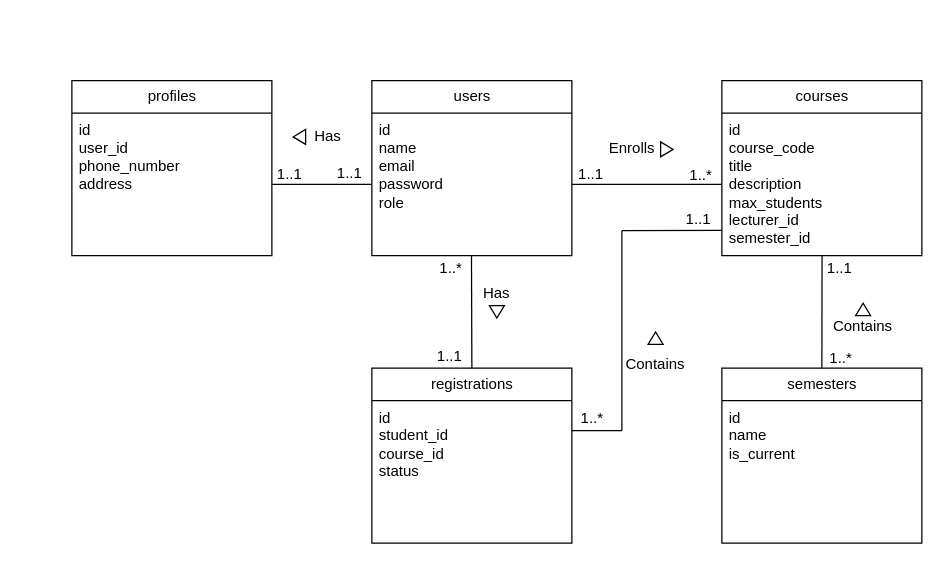
umar-05/SMS-Project keeps this draw.io diagram as page "ERD" (2 of 2) of SDT USE CASE.drawio. Above is the earlier version. Source tidied: cells renumbered, new cells numbered last; positions are measured from the earlier drawing's top-left corner, leaving out a move shared by most shapes. Both pictures are drawn from the tidied source at 125%, with x=0, y=0 at pixel (71, 80).
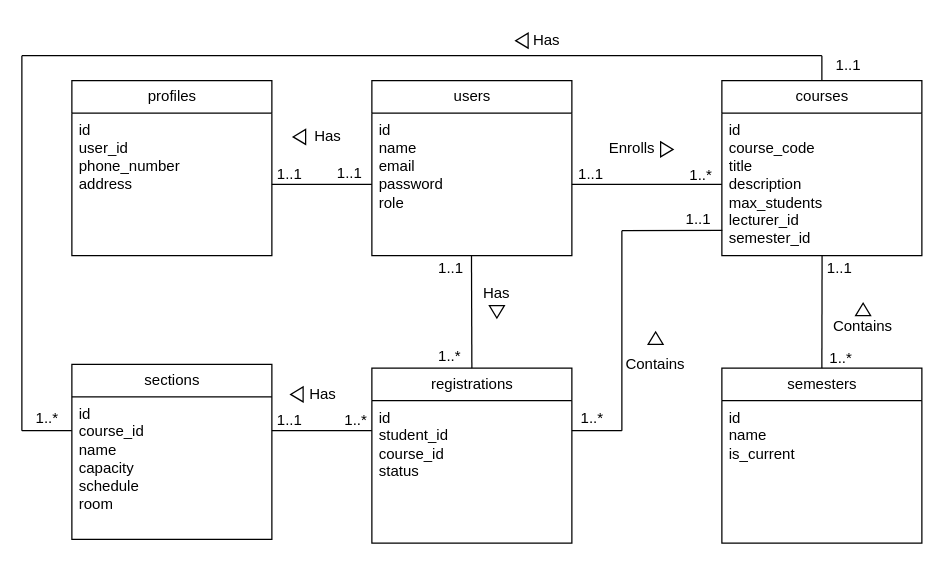
The same diagram, later.

The change refers to these unchanged cells:
```xml
<mxCell id="4" value="courses" style="swimlane;fontStyle=0;horizontal=1;startSize=26;fillColor=none;html=1;" parent="1" vertex="1">
  <mxGeometry x="520" width="160" height="140" as="geometry" />
</mxCell>
```

What changed in the source:
```diff
@@
-    <mxCell id="21" value="1..*" style="text;html=1;whiteSpace=wrap;strokeColor=none;fillColor=none;align=center;verticalAlign=middle;rounded=0;" parent="1" vertex="1">
+    <mxCell id="21" value="1..1" style="text;html=1;whiteSpace=wrap;strokeColor=none;fillColor=none;align=center;verticalAlign=middle;rounded=0;" parent="1" vertex="1">
       <mxGeometry x="291" y="145" width="25" height="10" as="geometry" />
     </mxCell>
-    <mxCell id="22" value="1..1" style="text;html=1;whiteSpace=wrap;strokeColor=none;fillColor=none;align=center;verticalAlign=middle;rounded=0;" parent="1" vertex="1">
+    <mxCell id="22" value="1..*" style="text;html=1;whiteSpace=wrap;strokeColor=none;fillColor=none;align=center;verticalAlign=middle;rounded=0;" parent="1" vertex="1">
       <mxGeometry x="290" y="216" width="25" height="10" as="geometry" />
     </mxCell>
@@
+    <mxCell id="39" value="sections" style="swimlane;fontStyle=0;horizontal=1;startSize=26;fillColor=none;html=1;" parent="1" vertex="1">
+      <mxGeometry y="227" width="160" height="140" as="geometry" />
+    </mxCell>
+    <mxCell id="40" value="id&lt;br&gt;course_id&lt;div&gt;name&lt;/div&gt;&lt;div&gt;capacity&lt;/div&gt;&lt;div&gt;schedule&lt;/div&gt;&lt;div&gt;room&lt;/div&gt;" style="text;strokeColor=none;fillColor=none;align=left;verticalAlign=top;spacingLeft=4;spacingRight=4;overflow=hidden;whiteSpace=wrap;html=1;" parent="39" vertex="1">
+      <mxGeometry y="26" width="160" height="114" as="geometry" />
+    </mxCell>
+    <mxCell id="41" style="endArrow=none;html=1;rounded=0;entryX=0.5;entryY=0;entryDx=0;entryDy=0;" parent="1" edge="1" target="4">
+      <mxGeometry relative="1" as="geometry">
+        <mxPoint x="600" y="-20" as="sourcePoint" />
+      </mxGeometry>
+    </mxCell>
+    <mxCell id="42" style="endArrow=none;html=1;rounded=0;" parent="1" edge="1">
+      <mxGeometry relative="1" as="geometry">
+        <mxPoint x="600" y="-20" as="sourcePoint" />
+        <mxPoint x="-40" y="-20" as="targetPoint" />
+      </mxGeometry>
+    </mxCell>
+    <mxCell id="43" style="endArrow=none;html=1;rounded=0;" parent="1" edge="1">
+      <mxGeometry relative="1" as="geometry">
+        <mxPoint x="-40" y="280" as="sourcePoint" />
+        <mxPoint x="-40" y="-20" as="targetPoint" />
+      </mxGeometry>
+    </mxCell>
+    <mxCell id="44" style="endArrow=none;html=1;rounded=0;" parent="1" edge="1">
+      <mxGeometry relative="1" as="geometry">
+        <mxPoint x="-40" y="280" as="sourcePoint" />
+        <mxPoint y="280" as="targetPoint" />
+      </mxGeometry>
+    </mxCell>
+    <mxCell id="45" value="1..1" style="text;html=1;whiteSpace=wrap;strokeColor=none;fillColor=none;align=center;verticalAlign=middle;rounded=0;" parent="1" vertex="1">
+      <mxGeometry x="609" y="-17" width="25" height="10" as="geometry" />
+    </mxCell>
+    <mxCell id="46" value="1..*" style="text;html=1;whiteSpace=wrap;strokeColor=none;fillColor=none;align=center;verticalAlign=middle;rounded=0;" parent="1" vertex="1">
+      <mxGeometry x="-32" y="265" width="25" height="10" as="geometry" />
+    </mxCell>
+    <mxCell id="47" style="endArrow=none;html=1;rounded=0;" parent="1" edge="1">
+      <mxGeometry relative="1" as="geometry">
+        <mxPoint x="160" y="280" as="sourcePoint" />
+        <mxPoint x="240" y="280" as="targetPoint" />
+      </mxGeometry>
+    </mxCell>
+    <mxCell id="48" value="1..*" style="text;html=1;whiteSpace=wrap;strokeColor=none;fillColor=none;align=center;verticalAlign=middle;rounded=0;" parent="1" vertex="1">
+      <mxGeometry x="215" y="267" width="25" height="10" as="geometry" />
+    </mxCell>
+    <mxCell id="49" value="1..1" style="text;html=1;whiteSpace=wrap;strokeColor=none;fillColor=none;align=center;verticalAlign=middle;rounded=0;" parent="1" vertex="1">
+      <mxGeometry x="162" y="267" width="25" height="10" as="geometry" />
+    </mxCell>
+    <mxCell id="50" value="Has" style="text;html=1;whiteSpace=wrap;strokeColor=none;fillColor=none;align=center;verticalAlign=middle;rounded=0;" parent="1" vertex="1">
+      <mxGeometry x="350" y="-47" width="60" height="30" as="geometry" />
+    </mxCell>
+    <mxCell id="51" style="triangle;whiteSpace=wrap;html=1;rotation=-180;" parent="1" vertex="1">
+      <mxGeometry x="355" y="-38" width="10" height="12" as="geometry" />
+    </mxCell>
+    <mxCell id="52" value="Has" style="text;html=1;whiteSpace=wrap;strokeColor=none;fillColor=none;align=center;verticalAlign=middle;rounded=0;" parent="1" vertex="1">
+      <mxGeometry x="171" y="236" width="60" height="30" as="geometry" />
+    </mxCell>
+    <mxCell id="53" style="triangle;whiteSpace=wrap;html=1;rotation=-180;" parent="1" vertex="1">
+      <mxGeometry x="175" y="245" width="10" height="12" as="geometry" />
+    </mxCell>
```
